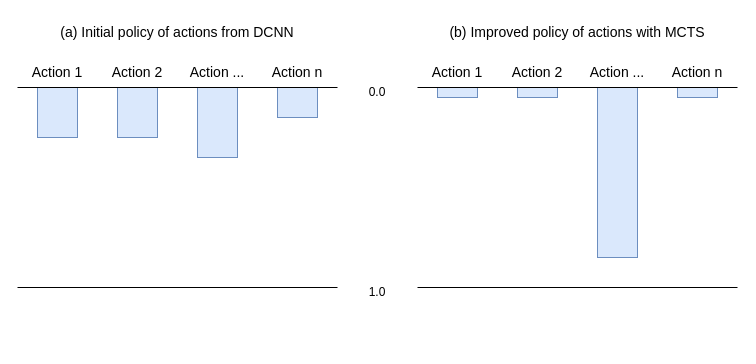
Before: az_policy.drawio in Klazkin/player-zero, a draw.io diagram. Source tidied: cells renumbered, new cells numbered last; positions are measured from the earlier drawing's top-left corner, leaving out a move shared by most shapes. Both pictures are drawn from the tidied source at 100%, with x=0, y=0 at pixel (17, 17).
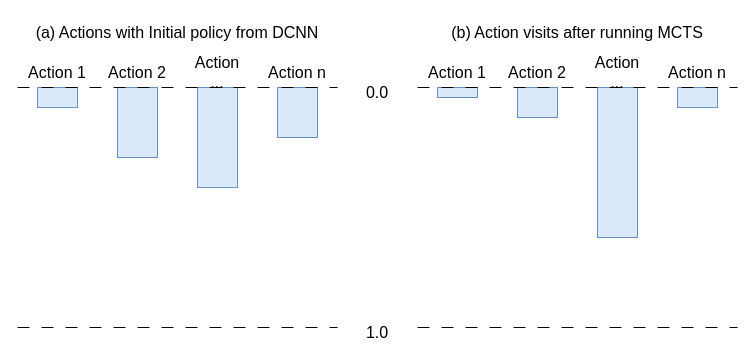
The same diagram, later.

Change to the diagram source:
```diff
@@
-    <mxCell id="2" style="rounded=0;whiteSpace=wrap;html=1;fillColor=#dae8fc;strokeColor=#6c8ebf;fontSize=14;" parent="1" vertex="1">
-      <mxGeometry x="20" y="70" width="40" height="50" as="geometry" />
+    <mxCell id="2" style="rounded=0;whiteSpace=wrap;html=1;fillColor=#dae8fc;strokeColor=#6c8ebf;fontSize=16;" parent="1" vertex="1">
+      <mxGeometry x="20" y="70" width="40" height="20" as="geometry" />
     </mxCell>
-    <mxCell id="3" style="rounded=0;whiteSpace=wrap;html=1;fillColor=#dae8fc;strokeColor=#6c8ebf;fontSize=14;" parent="1" vertex="1">
-      <mxGeometry x="260" y="70" width="40" height="30" as="geometry" />
+    <mxCell id="3" style="rounded=0;whiteSpace=wrap;html=1;fillColor=#dae8fc;strokeColor=#6c8ebf;fontSize=16;" parent="1" vertex="1">
+      <mxGeometry x="260" y="70" width="40" height="50" as="geometry" />
     </mxCell>
-    <mxCell id="4" style="rounded=0;whiteSpace=wrap;html=1;fillColor=#dae8fc;strokeColor=#6c8ebf;fontSize=14;" parent="1" vertex="1">
-      <mxGeometry x="180" y="70" width="40" height="70" as="geometry" />
+    <mxCell id="4" style="rounded=0;whiteSpace=wrap;html=1;fillColor=#dae8fc;strokeColor=#6c8ebf;fontSize=16;" parent="1" vertex="1">
+      <mxGeometry x="180" y="70" width="40" height="100" as="geometry" />
     </mxCell>
-    <mxCell id="5" style="rounded=0;whiteSpace=wrap;html=1;fillColor=#dae8fc;strokeColor=#6c8ebf;fontSize=14;" parent="1" vertex="1">
-      <mxGeometry x="100" y="70" width="40" height="50" as="geometry" />
+    <mxCell id="5" style="rounded=0;whiteSpace=wrap;html=1;fillColor=#dae8fc;strokeColor=#6c8ebf;fontSize=16;" parent="1" vertex="1">
+      <mxGeometry x="100" y="70" width="40" height="70" as="geometry" />
     </mxCell>
-    <mxCell id="6" value="Action 1" style="text;html=1;align=center;verticalAlign=middle;whiteSpace=wrap;rounded=0;fontSize=14;" parent="1" vertex="1">
+    <mxCell id="6" value="Action 1" style="text;html=1;align=center;verticalAlign=middle;whiteSpace=wrap;rounded=0;fontSize=16;" parent="1" vertex="1">
       <mxGeometry x="10" y="40" width="60" height="30" as="geometry" />
     </mxCell>
-    <mxCell id="7" value="Action 2" style="text;html=1;align=center;verticalAlign=middle;whiteSpace=wrap;rounded=0;fontSize=14;" parent="1" vertex="1">
+    <mxCell id="7" value="Action 2" style="text;html=1;align=center;verticalAlign=middle;whiteSpace=wrap;rounded=0;fontSize=16;" parent="1" vertex="1">
       <mxGeometry x="90" y="40" width="60" height="30" as="geometry" />
     </mxCell>
-    <mxCell id="8" value="Action ..." style="text;html=1;align=center;verticalAlign=middle;whiteSpace=wrap;rounded=0;fontSize=14;" parent="1" vertex="1">
+    <mxCell id="8" value="Action ..." style="text;html=1;align=center;verticalAlign=middle;whiteSpace=wrap;rounded=0;fontSize=16;" parent="1" vertex="1">
       <mxGeometry x="170" y="40" width="60" height="30" as="geometry" />
     </mxCell>
-    <mxCell id="9" value="Action n" style="text;html=1;align=center;verticalAlign=middle;whiteSpace=wrap;rounded=0;fontSize=14;" parent="1" vertex="1">
+    <mxCell id="9" value="Action n" style="text;html=1;align=center;verticalAlign=middle;whiteSpace=wrap;rounded=0;fontSize=16;" parent="1" vertex="1">
       <mxGeometry x="250" y="40" width="60" height="30" as="geometry" />
     </mxCell>
-    <mxCell id="10" style="endArrow=none;html=1;rounded=0;fontSize=14;" parent="1" edge="1">
+    <mxCell id="10" style="endArrow=none;html=1;rounded=0;fontSize=16;dashed=1;dashPattern=12 12;" parent="1" edge="1">
       <mxGeometry relative="1" as="geometry">
         <mxPoint y="70" as="sourcePoint" />
         <mxPoint x="320" y="70" as="targetPoint" />
       </mxGeometry>
     </mxCell>
-    <mxCell id="11" value="(a) Initial policy of actions from DCNN" style="text;html=1;align=center;verticalAlign=middle;whiteSpace=wrap;rounded=0;fontSize=14;" parent="1" vertex="1">
+    <mxCell id="11" value="(a) Actions with Initial policy from DCNN" style="text;html=1;align=center;verticalAlign=middle;whiteSpace=wrap;rounded=0;fontSize=16;" parent="1" vertex="1">
       <mxGeometry width="320" height="30" as="geometry" />
     </mxCell>
-    <mxCell id="12" style="rounded=0;whiteSpace=wrap;html=1;fillColor=#dae8fc;strokeColor=#6c8ebf;fontSize=14;" parent="1" vertex="1">
+    <mxCell id="12" style="rounded=0;whiteSpace=wrap;html=1;fillColor=#dae8fc;strokeColor=#6c8ebf;fontSize=16;" parent="1" vertex="1">
       <mxGeometry x="420" y="70" width="40" height="10" as="geometry" />
     </mxCell>
-    <mxCell id="13" style="rounded=0;whiteSpace=wrap;html=1;fillColor=#dae8fc;strokeColor=#6c8ebf;fontSize=14;" parent="1" vertex="1">
-      <mxGeometry x="660" y="70" width="40" height="10" as="geometry" />
+    <mxCell id="13" style="rounded=0;whiteSpace=wrap;html=1;fillColor=#dae8fc;strokeColor=#6c8ebf;fontSize=16;" parent="1" vertex="1">
+      <mxGeometry x="660" y="70" width="40" height="20" as="geometry" />
     </mxCell>
-    <mxCell id="14" style="rounded=0;whiteSpace=wrap;html=1;fillColor=#dae8fc;strokeColor=#6c8ebf;fontSize=14;" parent="1" vertex="1">
-      <mxGeometry x="580" y="70" width="40" height="170" as="geometry" />
+    <mxCell id="14" style="rounded=0;whiteSpace=wrap;html=1;fillColor=#dae8fc;strokeColor=#6c8ebf;fontSize=16;" parent="1" vertex="1">
+      <mxGeometry x="580" y="70" width="40" height="150" as="geometry" />
     </mxCell>
-    <mxCell id="15" style="rounded=0;whiteSpace=wrap;html=1;fillColor=#dae8fc;strokeColor=#6c8ebf;fontSize=14;" parent="1" vertex="1">
-      <mxGeometry x="500" y="70" width="40" height="10" as="geometry" />
+    <mxCell id="15" style="rounded=0;whiteSpace=wrap;html=1;fillColor=#dae8fc;strokeColor=#6c8ebf;fontSize=16;" parent="1" vertex="1">
+      <mxGeometry x="500" y="70" width="40" height="30" as="geometry" />
     </mxCell>
-    <mxCell id="16" value="Action 1" style="text;html=1;align=center;verticalAlign=middle;whiteSpace=wrap;rounded=0;fontSize=14;" parent="1" vertex="1">
+    <mxCell id="16" value="Action 1" style="text;html=1;align=center;verticalAlign=middle;whiteSpace=wrap;rounded=0;fontSize=16;" parent="1" vertex="1">
       <mxGeometry x="410" y="40" width="60" height="30" as="geometry" />
     </mxCell>
-    <mxCell id="17" value="Action 2" style="text;html=1;align=center;verticalAlign=middle;whiteSpace=wrap;rounded=0;fontSize=14;" parent="1" vertex="1">
+    <mxCell id="17" value="Action 2" style="text;html=1;align=center;verticalAlign=middle;whiteSpace=wrap;rounded=0;fontSize=16;" parent="1" vertex="1">
       <mxGeometry x="490" y="40" width="60" height="30" as="geometry" />
     </mxCell>
-    <mxCell id="18" value="Action ..." style="text;html=1;align=center;verticalAlign=middle;whiteSpace=wrap;rounded=0;fontSize=14;" parent="1" vertex="1">
+    <mxCell id="18" value="Action ..." style="text;html=1;align=center;verticalAlign=middle;whiteSpace=wrap;rounded=0;fontSize=16;" parent="1" vertex="1">
       <mxGeometry x="570" y="40" width="60" height="30" as="geometry" />
     </mxCell>
-    <mxCell id="19" value="Action n" style="text;html=1;align=center;verticalAlign=middle;whiteSpace=wrap;rounded=0;fontSize=14;" parent="1" vertex="1">
+    <mxCell id="19" value="Action n" style="text;html=1;align=center;verticalAlign=middle;whiteSpace=wrap;rounded=0;fontSize=16;" parent="1" vertex="1">
       <mxGeometry x="650" y="40" width="60" height="30" as="geometry" />
     </mxCell>
-    <mxCell id="20" style="endArrow=none;html=1;rounded=0;fontSize=14;" parent="1" edge="1">
+    <mxCell id="20" style="endArrow=none;html=1;rounded=0;fontSize=16;dashed=1;dashPattern=12 12;" parent="1" edge="1">
       <mxGeometry relative="1" as="geometry">
         <mxPoint x="400" y="70" as="sourcePoint" />
         <mxPoint x="720" y="70" as="targetPoint" />
       </mxGeometry>
     </mxCell>
-    <mxCell id="21" value="(b) Improved policy of actions with MCTS" style="text;html=1;align=center;verticalAlign=middle;whiteSpace=wrap;rounded=0;fontSize=14;" parent="1" vertex="1">
+    <mxCell id="21" value="(b) Action visits after running MCTS" style="text;html=1;align=center;verticalAlign=middle;whiteSpace=wrap;rounded=0;fontSize=16;" parent="1" vertex="1">
       <mxGeometry x="400" width="320" height="30" as="geometry" />
     </mxCell>
-    <mxCell id="22" style="endArrow=none;html=1;rounded=0;fontSize=14;" parent="1" edge="1">
+    <mxCell id="22" style="endArrow=none;html=1;rounded=0;fontSize=16;dashed=1;dashPattern=12 12;" parent="1" edge="1">
       <mxGeometry relative="1" as="geometry">
-        <mxPoint y="270" as="sourcePoint" />
-        <mxPoint x="320" y="270" as="targetPoint" />
+        <mxPoint y="310" as="sourcePoint" />
+        <mxPoint x="320" y="310" as="targetPoint" />
       </mxGeometry>
     </mxCell>
-    <mxCell id="23" style="endArrow=none;html=1;rounded=0;fontSize=14;" parent="1" edge="1">
+    <mxCell id="23" style="endArrow=none;html=1;rounded=0;fontSize=16;dashed=1;dashPattern=12 12;" parent="1" edge="1">
       <mxGeometry relative="1" as="geometry">
-        <mxPoint x="400" y="270" as="sourcePoint" />
-        <mxPoint x="720" y="270" as="targetPoint" />
+        <mxPoint x="400" y="310" as="sourcePoint" />
+        <mxPoint x="720" y="310" as="targetPoint" />
       </mxGeometry>
     </mxCell>
-    <mxCell id="24" value="0.0" style="text;html=1;align=center;verticalAlign=middle;whiteSpace=wrap;rounded=0;" parent="1" vertex="1">
+    <mxCell id="24" value="0.0" style="text;html=1;align=center;verticalAlign=middle;whiteSpace=wrap;rounded=0;fontSize=16;" parent="1" vertex="1">
       <mxGeometry x="340" y="60" width="40" height="30" as="geometry" />
     </mxCell>
-    <mxCell id="25" value="1.0" style="text;html=1;align=center;verticalAlign=middle;whiteSpace=wrap;rounded=0;" parent="1" vertex="1">
-      <mxGeometry x="340" y="260" width="40" height="30" as="geometry" />
+    <mxCell id="25" value="1.0" style="text;html=1;align=center;verticalAlign=middle;whiteSpace=wrap;rounded=0;fontSize=16;" parent="1" vertex="1">
+      <mxGeometry x="340" y="300" width="40" height="30" as="geometry" />
     </mxCell>
```
